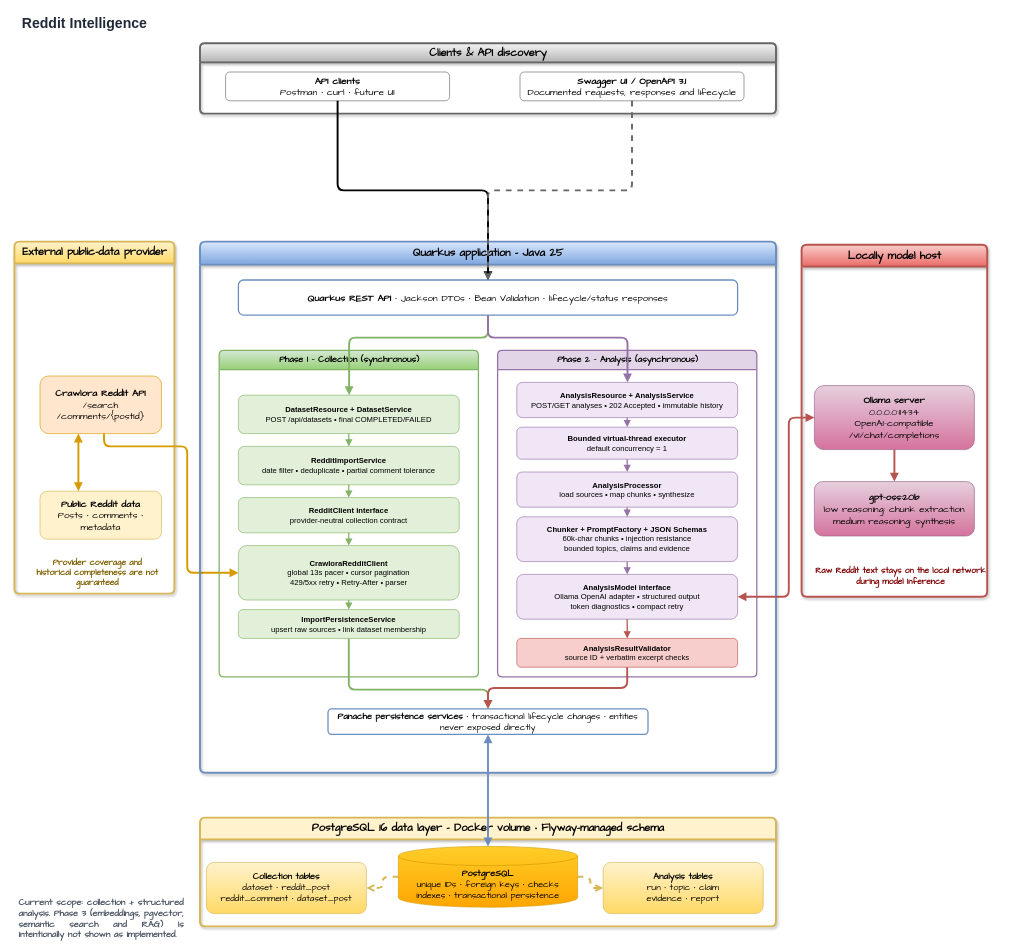
The draw.io diagram docs/architecture/reddit-intelligence-phase-2.drawio in ksktechai/reddit-intelligence, before the edit. Source tidied: cells renumbered, new cells numbered last; positions are measured from the earlier drawing's top-left corner, leaving out a move shared by most shapes. Both pictures are drawn from the tidied source at 64%, with x=0, y=0 at pixel (14, 11).
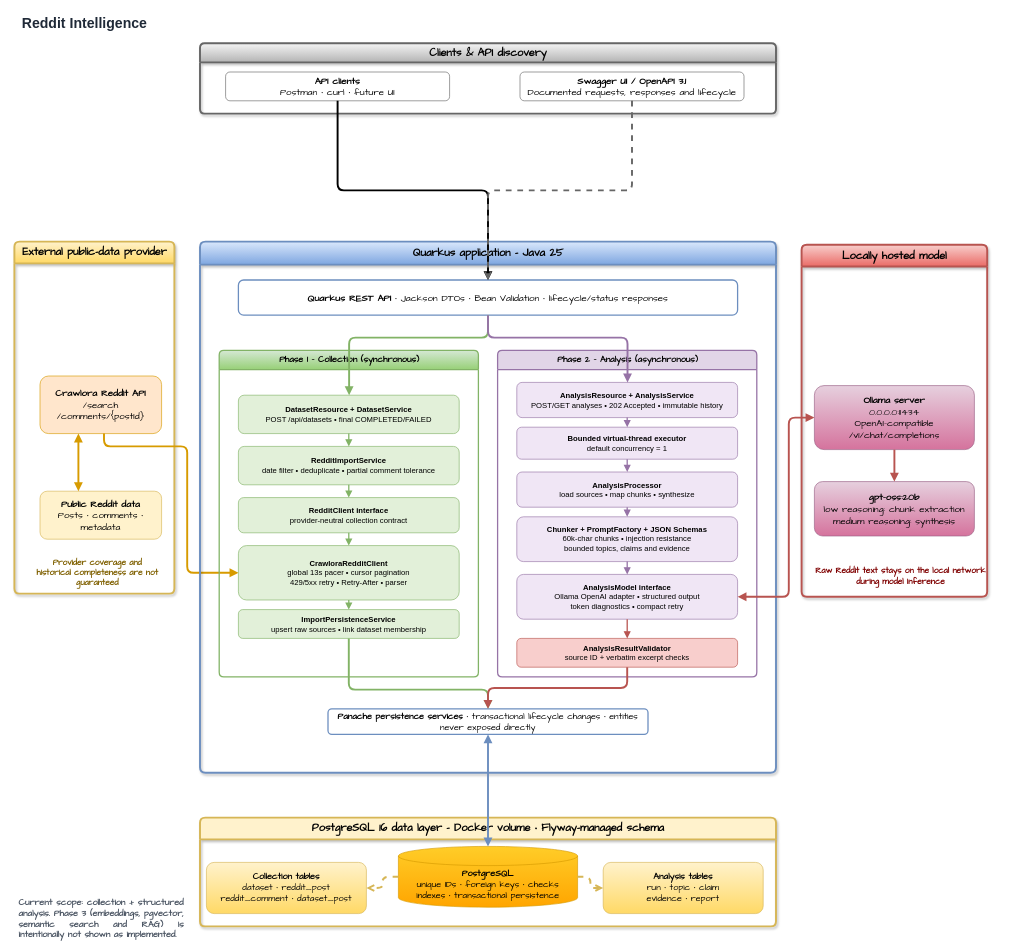
Above is the later version.

Commit message (it also covers changes not shown here):
update diagram to reflect locally hosted model description

Diff of the diagram source:
```diff
@@
-    <mxCell id="40" value="&lt;font face=&quot;Comic Sans MS&quot;&gt;Locally model host&lt;/font&gt;" style="swimlane;html=1;horizontal=1;startSize=34;rounded=1;arcSize=8;fillColor=#f8cecc;strokeColor=#b85450;fontStyle=1;fontSize=17;strokeWidth=3;shadow=1;gradientColor=#ea6b66;" parent="1" vertex="1">
+    <mxCell id="40" value="&lt;font face=&quot;Comic Sans MS&quot;&gt;Locally hosted model&lt;/font&gt;" style="swimlane;html=1;horizontal=1;startSize=34;rounded=1;arcSize=8;fillColor=#f8cecc;strokeColor=#b85450;fontStyle=1;fontSize=17;strokeWidth=3;shadow=1;gradientColor=#ea6b66;" parent="1" vertex="1">
       <mxGeometry x="1230" y="365" width="290" height="550" as="geometry" />
     </mxCell>
```
